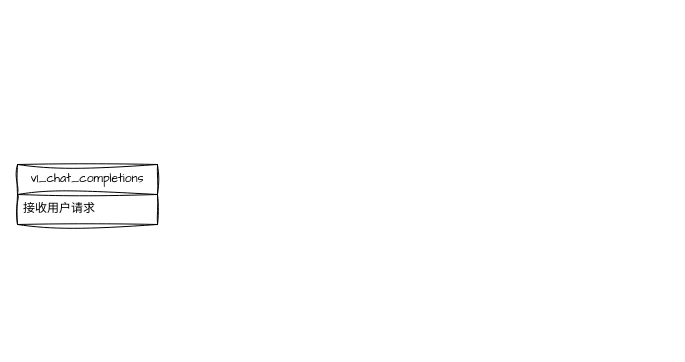
beijingqiuchang/drawio keeps this draw.io diagram as sglang.drawio. Above is the earlier version. Source tidied: cells renumbered, new cells numbered last; positions are measured from the earlier drawing's top-left corner, leaving out a move shared by most shapes. Both pictures are drawn from the tidied source at 100%, with x=0, y=0 at pixel (17, 164).
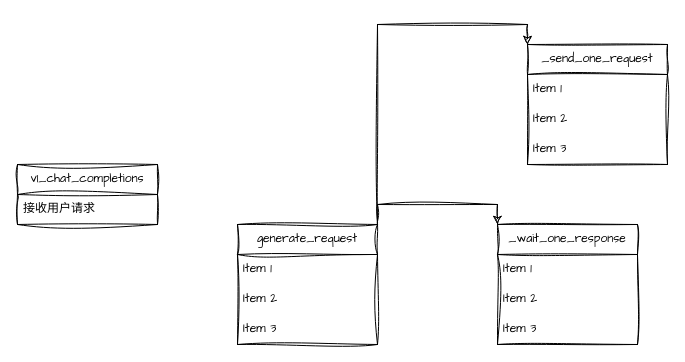
The same page after the edit.

The edit, as a diff of the source:
```diff
@@
 <mxGraphModel>
   <root>
     <mxCell id="0" />
     <mxCell id="1" parent="0" />
     <mxCell id="2" value="v1_chat_completions" style="swimlane;fontStyle=0;horizontal=1;startSize=30;whiteSpace=wrap;html=1;sketch=1;hachureGap=4;jiggle=2;curveFitting=1;fontFamily=Architects Daughter;" parent="1" vertex="1">
       <mxGeometry width="140" height="60" as="geometry" />
     </mxCell>
     <mxCell id="3" value="接收用户请求" style="text;strokeColor=none;fillColor=none;align=left;verticalAlign=middle;spacingLeft=4;spacingRight=4;overflow=hidden;whiteSpace=wrap;html=1;fontFamily=Architects Daughter;" parent="2" vertex="1">
       <mxGeometry y="30" width="140" height="30" as="geometry" />
     </mxCell>
+    <mxCell id="4" style="edgeStyle=orthogonalEdgeStyle;rounded=0;sketch=1;hachureGap=4;jiggle=2;curveFitting=1;jettySize=auto;html=1;exitX=1;exitY=0;exitDx=0;exitDy=0;entryX=0;entryY=0;entryDx=0;entryDy=0;fontFamily=Architects Daughter;" parent="1" edge="1" source="6" target="10">
+      <mxGeometry relative="1" as="geometry" />
+    </mxCell>
+    <mxCell id="5" style="edgeStyle=orthogonalEdgeStyle;rounded=0;sketch=1;hachureGap=4;jiggle=2;curveFitting=1;jettySize=auto;html=1;exitX=1;exitY=0;exitDx=0;exitDy=0;entryX=0;entryY=0;entryDx=0;entryDy=0;fontFamily=Architects Daughter;" parent="1" edge="1" source="6" target="14">
+      <mxGeometry relative="1" as="geometry" />
+    </mxCell>
+    <mxCell id="6" value="generate_request" style="swimlane;fontStyle=0;horizontal=1;startSize=30;whiteSpace=wrap;html=1;sketch=1;hachureGap=4;jiggle=2;curveFitting=1;fontFamily=Architects Daughter;" parent="1" vertex="1">
+      <mxGeometry x="220" y="60" width="140" height="120" as="geometry" />
+    </mxCell>
+    <mxCell id="7" value="Item 1" style="text;strokeColor=none;fillColor=none;align=left;verticalAlign=middle;spacingLeft=4;spacingRight=4;overflow=hidden;whiteSpace=wrap;html=1;fontFamily=Architects Daughter;" parent="6" vertex="1">
+      <mxGeometry y="30" width="140" height="30" as="geometry" />
+    </mxCell>
+    <mxCell id="8" value="Item 2" style="text;strokeColor=none;fillColor=none;align=left;verticalAlign=middle;spacingLeft=4;spacingRight=4;overflow=hidden;whiteSpace=wrap;html=1;fontFamily=Architects Daughter;" parent="6" vertex="1">
+      <mxGeometry y="60" width="140" height="30" as="geometry" />
+    </mxCell>
+    <mxCell id="9" value="Item 3" style="text;strokeColor=none;fillColor=none;align=left;verticalAlign=middle;spacingLeft=4;spacingRight=4;overflow=hidden;whiteSpace=wrap;html=1;fontFamily=Architects Daughter;" parent="6" vertex="1">
+      <mxGeometry y="90" width="140" height="30" as="geometry" />
+    </mxCell>
+    <mxCell id="10" value="_wait_one_response" style="swimlane;fontStyle=0;horizontal=1;startSize=30;whiteSpace=wrap;html=1;sketch=1;hachureGap=4;jiggle=2;curveFitting=1;fontFamily=Architects Daughter;" parent="1" vertex="1">
+      <mxGeometry x="480" y="60" width="140" height="120" as="geometry" />
+    </mxCell>
+    <mxCell id="11" value="Item 1" style="text;strokeColor=none;fillColor=none;align=left;verticalAlign=middle;spacingLeft=4;spacingRight=4;overflow=hidden;whiteSpace=wrap;html=1;fontFamily=Architects Daughter;" parent="10" vertex="1">
+      <mxGeometry y="30" width="140" height="30" as="geometry" />
+    </mxCell>
+    <mxCell id="12" value="Item 2" style="text;strokeColor=none;fillColor=none;align=left;verticalAlign=middle;spacingLeft=4;spacingRight=4;overflow=hidden;whiteSpace=wrap;html=1;fontFamily=Architects Daughter;" parent="10" vertex="1">
+      <mxGeometry y="60" width="140" height="30" as="geometry" />
+    </mxCell>
+    <mxCell id="13" value="Item 3" style="text;strokeColor=none;fillColor=none;align=left;verticalAlign=middle;spacingLeft=4;spacingRight=4;overflow=hidden;whiteSpace=wrap;html=1;fontFamily=Architects Daughter;" parent="10" vertex="1">
+      <mxGeometry y="90" width="140" height="30" as="geometry" />
+    </mxCell>
+    <mxCell id="14" value="_send_one_request" style="swimlane;fontStyle=0;horizontal=1;startSize=30;whiteSpace=wrap;html=1;sketch=1;hachureGap=4;jiggle=2;curveFitting=1;fontFamily=Architects Daughter;" parent="1" vertex="1">
+      <mxGeometry x="510" y="-120" width="140" height="120" as="geometry" />
+    </mxCell>
+    <mxCell id="15" value="Item 1" style="text;strokeColor=none;fillColor=none;align=left;verticalAlign=middle;spacingLeft=4;spacingRight=4;overflow=hidden;whiteSpace=wrap;html=1;fontFamily=Architects Daughter;" parent="14" vertex="1">
+      <mxGeometry y="30" width="140" height="30" as="geometry" />
+    </mxCell>
+    <mxCell id="16" value="Item 2" style="text;strokeColor=none;fillColor=none;align=left;verticalAlign=middle;spacingLeft=4;spacingRight=4;overflow=hidden;whiteSpace=wrap;html=1;fontFamily=Architects Daughter;" parent="14" vertex="1">
+      <mxGeometry y="60" width="140" height="30" as="geometry" />
+    </mxCell>
+    <mxCell id="17" value="Item 3" style="text;strokeColor=none;fillColor=none;align=left;verticalAlign=middle;spacingLeft=4;spacingRight=4;overflow=hidden;whiteSpace=wrap;html=1;fontFamily=Architects Daughter;" parent="14" vertex="1">
+      <mxGeometry y="90" width="140" height="30" as="geometry" />
+    </mxCell>
   </root>
 </mxGraphModel>
```
